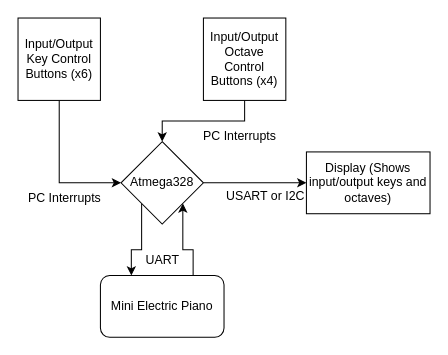
The draw.io diagram Final Project.drawio in upenn-embedded/final-project-s25-the-redeem-team, before the edit. Source tidied: cells renumbered, new cells numbered last; positions are measured from the earlier drawing's top-left corner, leaving out a move shared by most shapes. Both pictures are drawn from the tidied source at 103%, with x=0, y=0 at pixel (18, 18).
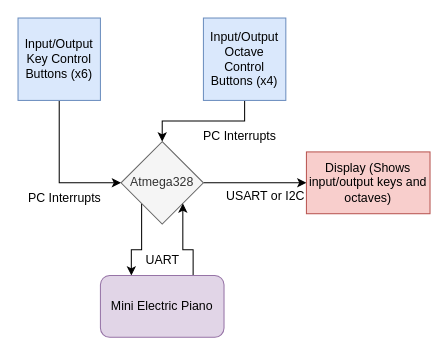
The same page after the edit.

The edit, as a diff of the source:
```diff
@@
 <mxGraphModel>
   <root>
     <mxCell id="0" />
     <mxCell id="1" parent="0" />
     <mxCell id="2" style="edgeStyle=orthogonalEdgeStyle;rounded=0;jettySize=auto;html=1;exitX=0;exitY=1;exitDx=0;exitDy=0;entryX=0.25;entryY=0;entryDx=0;entryDy=0;" parent="1" edge="1" source="4" target="6">
       <mxGeometry relative="1" as="geometry" />
     </mxCell>
     <mxCell id="3" style="edgeStyle=orthogonalEdgeStyle;rounded=0;jettySize=auto;html=1;entryX=0;entryY=0.5;entryDx=0;entryDy=0;" parent="1" edge="1" source="4" target="9">
       <mxGeometry relative="1" as="geometry" />
     </mxCell>
-    <mxCell id="4" value="Atmega328" style="rhombus;whiteSpace=wrap;html=1;" parent="1" vertex="1">
+    <mxCell id="4" value="Atmega328" style="rhombus;whiteSpace=wrap;html=1;fillColor=#f5f5f5;strokeColor=#666666;fontColor=#333333;" parent="1" vertex="1">
       <mxGeometry x="100" y="120" width="80" height="80" as="geometry" />
     </mxCell>
     <mxCell id="5" style="edgeStyle=orthogonalEdgeStyle;rounded=0;jettySize=auto;html=1;exitX=0.75;exitY=0;exitDx=0;exitDy=0;entryX=1;entryY=1;entryDx=0;entryDy=0;" parent="1" edge="1" source="6" target="4">
       <mxGeometry relative="1" as="geometry" />
     </mxCell>
-    <mxCell id="6" value="Mini Electric Piano" style="rounded=1;whiteSpace=wrap;html=1;" parent="1" vertex="1">
+    <mxCell id="6" value="Mini Electric Piano" style="rounded=1;whiteSpace=wrap;html=1;fillColor=#e1d5e7;strokeColor=#9673a6;" parent="1" vertex="1">
       <mxGeometry x="80" y="250" width="120" height="60" as="geometry" />
     </mxCell>
     <mxCell id="7" style="edgeStyle=orthogonalEdgeStyle;rounded=0;jettySize=auto;html=1;entryX=0;entryY=0.5;entryDx=0;entryDy=0;" parent="1" edge="1" source="8" target="4">
       <mxGeometry relative="1" as="geometry">
         <Array as="points">
           <mxPoint x="40" y="160" />
         </Array>
       </mxGeometry>
     </mxCell>
-    <mxCell id="8" value="Input/Output Key Control Buttons (x6)" style="whiteSpace=wrap;html=1;" parent="1" vertex="1">
+    <mxCell id="8" value="Input/Output Key Control Buttons (x6)" style="whiteSpace=wrap;html=1;fillColor=#dae8fc;strokeColor=#6c8ebf;" parent="1" vertex="1">
       <mxGeometry width="80" height="80" as="geometry" />
     </mxCell>
-    <mxCell id="9" value="Display (Shows input/output keys and octaves)" style="rounded=0;whiteSpace=wrap;html=1;" parent="1" vertex="1">
+    <mxCell id="9" value="Display (Shows input/output keys and octaves)" style="rounded=0;whiteSpace=wrap;html=1;fillColor=#f8cecc;strokeColor=#b85450;" parent="1" vertex="1">
       <mxGeometry x="280" y="130" width="120" height="60" as="geometry" />
     </mxCell>
     <mxCell id="10" style="edgeStyle=orthogonalEdgeStyle;rounded=0;jettySize=auto;html=1;entryX=0.5;entryY=0;entryDx=0;entryDy=0;" parent="1" edge="1" source="11" target="4">
       <mxGeometry relative="1" as="geometry" />
     </mxCell>
-    <mxCell id="11" value="Input/Output Octave Control Buttons (x4)" style="whiteSpace=wrap;html=1;" parent="1" vertex="1">
+    <mxCell id="11" value="Input/Output Octave Control Buttons (x4)" style="whiteSpace=wrap;html=1;fillColor=#dae8fc;strokeColor=#6c8ebf;" parent="1" vertex="1">
       <mxGeometry x="180" width="80" height="80" as="geometry" />
     </mxCell>
     <mxCell id="12" value="UART" style="text;html=1;align=center;verticalAlign=middle;strokeColor=none;fillColor=none;" parent="1" vertex="1">
       <mxGeometry x="110" y="220" width="60" height="30" as="geometry" />
     </mxCell>
     <mxCell id="13" value="PC Interrupts" style="text;html=1;align=center;verticalAlign=middle;strokeColor=none;fillColor=none;" parent="1" vertex="1">
       <mxGeometry y="160" width="90" height="30" as="geometry" />
     </mxCell>
     <mxCell id="14" value="PC Interrupts" style="text;html=1;align=center;verticalAlign=middle;strokeColor=none;fillColor=none;" parent="1" vertex="1">
       <mxGeometry x="170" y="100" width="90" height="30" as="geometry" />
     </mxCell>
     <mxCell id="15" value="USART or I2C" style="text;html=1;align=center;verticalAlign=middle;strokeColor=none;fillColor=none;" parent="1" vertex="1">
       <mxGeometry x="190" y="158" width="100" height="30" as="geometry" />
     </mxCell>
   </root>
 </mxGraphModel>
```
